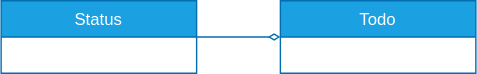
Above: docs/images/domain_model.drawio.svg in k2works/application_programing_excercise_2022 (draw.io), before the change. Source tidied: cells renumbered, new cells last; positions are measured from the earlier drawing's top-left corner, leaving out a move shared by most shapes.
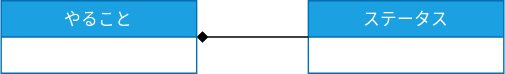
After the change.

The edit, as a diff of the source:
```diff
@@ -2,14 +2,14 @@
   <root>
     <mxCell id="0" />
     <mxCell id="1" parent="0" />
-    <mxCell id="2" value="Status" style="swimlane;fontStyle=0;horizontal=1;startSize=26;fillColor=#1ba1e2;fontColor=#ffffff;strokeColor=#006EAF;" parent="1" vertex="1">
-      <mxGeometry width="140" height="52" as="geometry" />
+    <mxCell id="2" value="ステータス" style="swimlane;fontStyle=0;horizontal=1;startSize=26;fillColor=#1ba1e2;fontColor=#ffffff;strokeColor=#006EAF;" parent="1" vertex="1">
+      <mxGeometry x="250" y="-10" width="140" height="52" as="geometry" />
     </mxCell>
-    <mxCell id="3" style="edgeStyle=none;html=1;entryX=1;entryY=0.5;entryDx=0;entryDy=0;endArrow=none;endFill=0;startArrow=diamondThin;startFill=0;fillColor=#1ba1e2;strokeColor=#006EAF;" parent="1" edge="1" source="4" target="2">
+    <mxCell id="3" style="edgeStyle=none;html=1;endArrow=none;endFill=0;startArrow=diamond;startFill=1;" parent="1" edge="1" source="4" target="2">
       <mxGeometry relative="1" as="geometry" />
     </mxCell>
-    <mxCell id="4" value="Todo" style="swimlane;fontStyle=0;horizontal=1;startSize=26;fillColor=#1ba1e2;fontColor=#ffffff;strokeColor=#006EAF;" parent="1" vertex="1">
-      <mxGeometry x="200" width="140" height="52" as="geometry" />
+    <mxCell id="4" value="やること" style="swimlane;fontStyle=0;horizontal=1;startSize=26;fillColor=#1ba1e2;fontColor=#ffffff;strokeColor=#006EAF;" parent="1" vertex="1">
+      <mxGeometry x="30" y="-10" width="140" height="52" as="geometry" />
     </mxCell>
   </root>
 </mxGraphModel>
```
